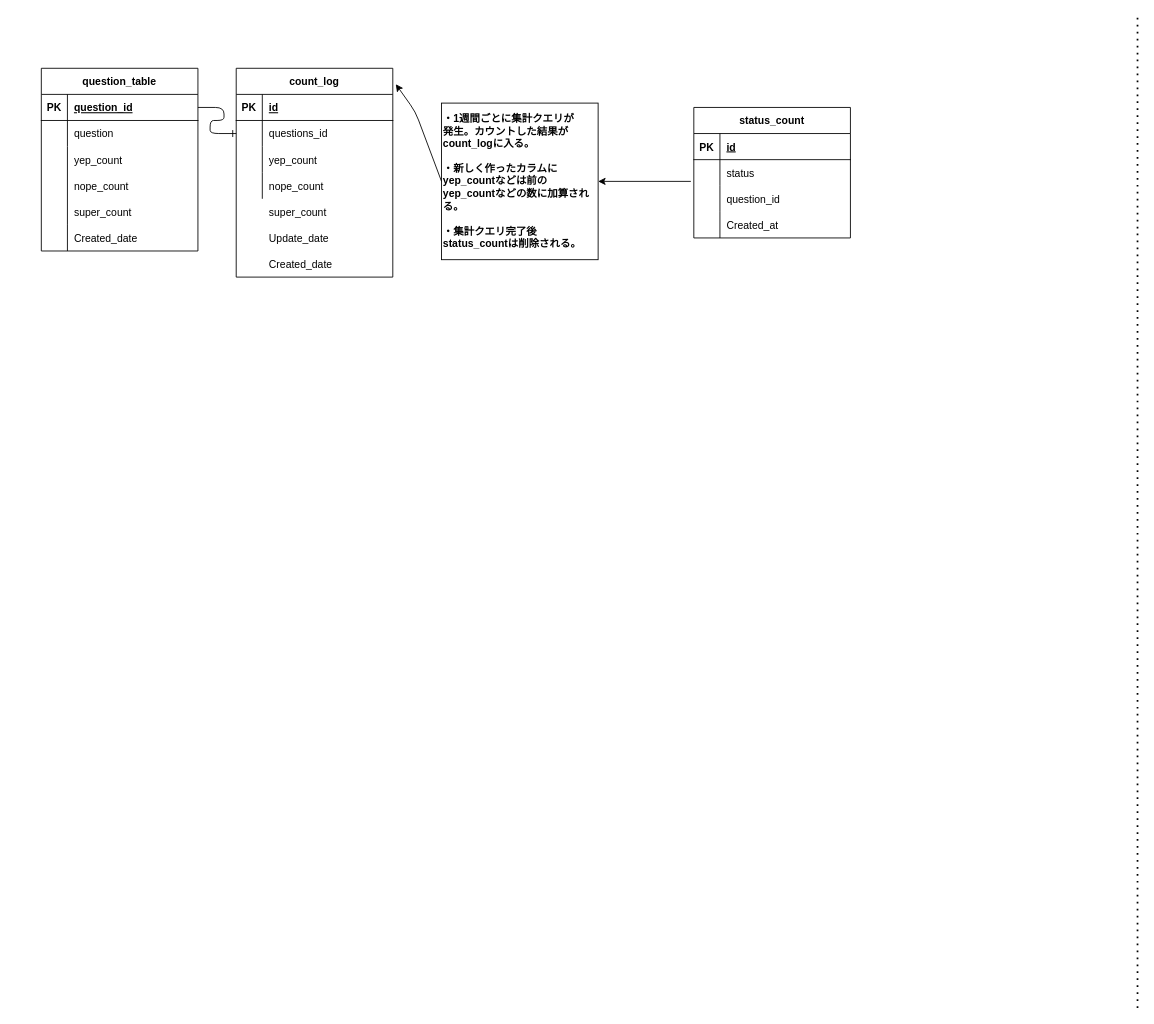
Before: page "プロとDB" (1 of 5) of Untitled Diagram.drawio in ryo-n-cell/aruaruSet, a draw.io diagram. Source tidied: cells renumbered, new cells numbered last; positions are measured from the earlier drawing's top-left corner, leaving out a move shared by most shapes. Both pictures are drawn from the tidied source at 87%, with x=0, y=0 at pixel (41, 16).
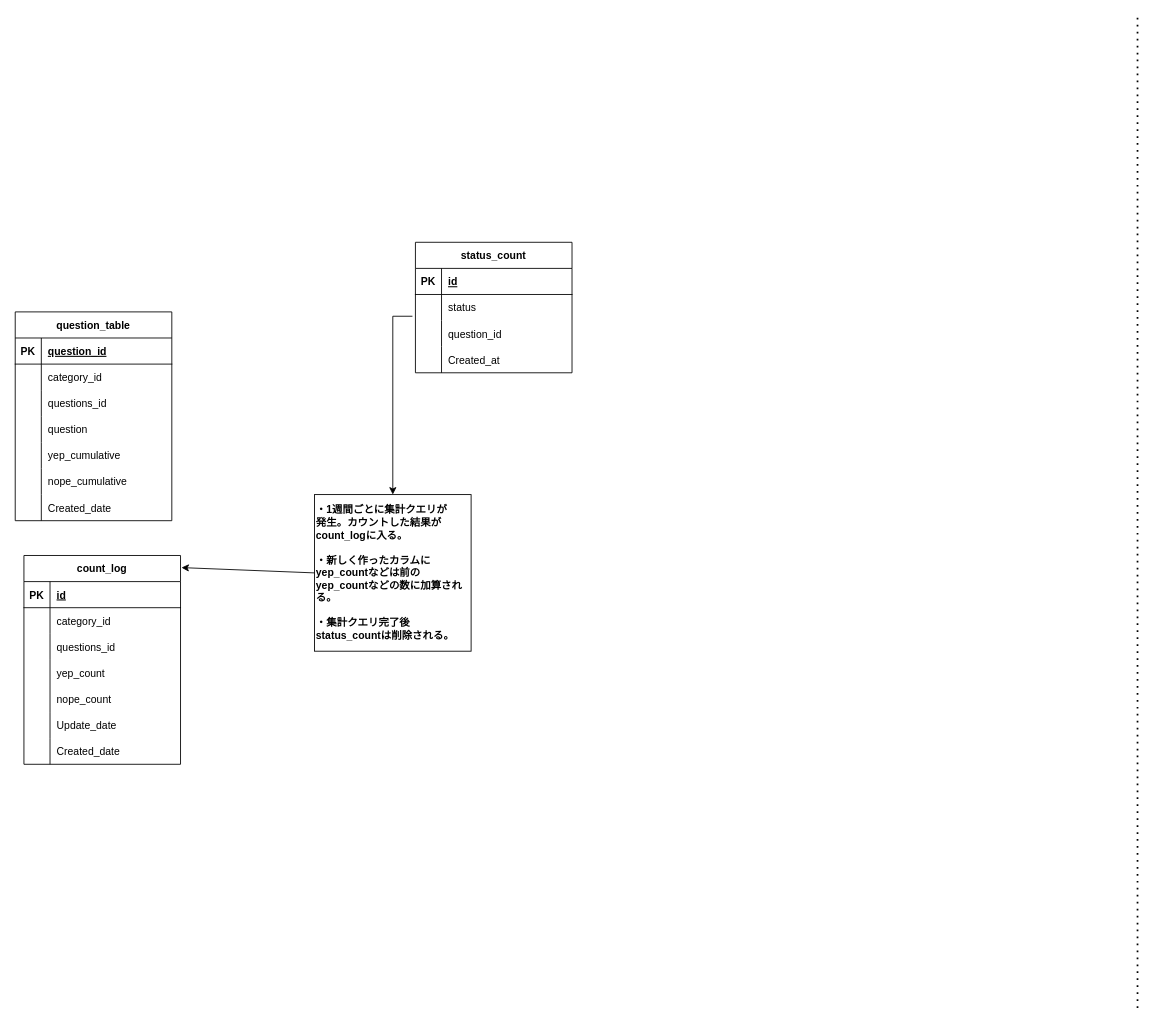
After the change.

Change to the diagram source:
```diff
@@
-    <mxCell id="2" value="question_table" style="shape=table;startSize=30;childLayout=tableLayout;rowLines=0;fontStyle=1;align=center;" parent="1" vertex="1">
-      <mxGeometry y="60" width="180" height="210" as="geometry" />
-    </mxCell>
-    <mxCell id="3" style="shape=partialRectangle;fillColor=none;top=0;left=0;bottom=1;right=0;points=[[0,0.5],[1,0.5]];portConstraint=eastwest;" parent="2" vertex="1">
-      <mxGeometry y="30" width="180" height="30" as="geometry" />
-    </mxCell>
-    <mxCell id="4" value="PK" style="shape=partialRectangle;fillColor=none;top=0;left=0;bottom=0;right=0;fontStyle=1;overflow=hidden;" parent="3" vertex="1">
-      <mxGeometry width="30" height="30" as="geometry" />
-    </mxCell>
-    <mxCell id="5" value="question_id" style="shape=partialRectangle;fillColor=none;top=0;left=0;bottom=0;right=0;align=left;spacingLeft=6;fontStyle=5;overflow=hidden;" parent="3" vertex="1">
-      <mxGeometry x="30" width="150" height="30" as="geometry" />
-    </mxCell>
-    <mxCell id="6" style="shape=partialRectangle;fillColor=none;top=0;left=0;bottom=0;right=0;" parent="2" vertex="1">
-      <mxGeometry y="60" width="180" height="30" as="geometry" />
-    </mxCell>
-    <mxCell id="7" style="shape=partialRectangle;fillColor=none;top=0;left=0;bottom=0;right=0;overflow=hidden;" parent="6" vertex="1">
-      <mxGeometry width="30" height="30" as="geometry" />
-    </mxCell>
-    <mxCell id="8" value="question" style="shape=partialRectangle;fillColor=none;top=0;left=0;bottom=0;right=0;align=left;spacingLeft=6;overflow=hidden;" parent="6" vertex="1">
-      <mxGeometry x="30" width="150" height="30" as="geometry" />
-    </mxCell>
-    <mxCell id="9" style="shape=partialRectangle;fillColor=none;top=0;left=0;bottom=0;right=0;" parent="2" vertex="1">
-      <mxGeometry y="90" width="180" height="90" as="geometry" />
-    </mxCell>
-    <mxCell id="10" style="shape=partialRectangle;fillColor=none;top=0;left=0;bottom=0;right=0;overflow=hidden;" parent="9" vertex="1">
-      <mxGeometry width="30" height="90" as="geometry" />
-    </mxCell>
-    <mxCell id="11" style="shape=partialRectangle;fillColor=none;top=0;left=0;bottom=0;right=0;align=left;spacingLeft=6;overflow=hidden;" parent="9" vertex="1">
-      <mxGeometry x="30" width="150" height="90" as="geometry" />
-    </mxCell>
-    <mxCell id="12" style="shape=partialRectangle;fillColor=none;top=0;left=0;bottom=0;right=0;" parent="2" vertex="1">
-      <mxGeometry y="180" width="180" height="30" as="geometry" />
-    </mxCell>
-    <mxCell id="13" style="shape=partialRectangle;fillColor=none;top=0;left=0;bottom=0;right=0;overflow=hidden;" parent="12" vertex="1">
-      <mxGeometry width="30" height="30" as="geometry" />
-    </mxCell>
-    <mxCell id="14" value="Created_date" style="shape=partialRectangle;fillColor=none;top=0;left=0;bottom=0;right=0;align=left;spacingLeft=6;overflow=hidden;" parent="12" vertex="1">
-      <mxGeometry x="30" width="150" height="30" as="geometry" />
-    </mxCell>
-    <mxCell id="15" value="count_log" style="shape=table;startSize=30;childLayout=tableLayout;rowLines=0;fontStyle=1;align=center;" parent="1" vertex="1">
-      <mxGeometry x="224" y="60" width="180" height="240" as="geometry" />
-    </mxCell>
-    <mxCell id="16" style="shape=partialRectangle;fillColor=none;top=0;left=0;bottom=1;right=0;" parent="15" vertex="1">
-      <mxGeometry y="30" width="180" height="30" as="geometry" />
-    </mxCell>
-    <mxCell id="17" value="PK" style="shape=partialRectangle;fillColor=none;top=0;left=0;bottom=0;right=0;fontStyle=1;overflow=hidden;" parent="16" vertex="1">
-      <mxGeometry width="30" height="30" as="geometry" />
-    </mxCell>
-    <mxCell id="18" value="id" style="shape=partialRectangle;fillColor=none;top=0;left=0;bottom=0;right=0;align=left;spacingLeft=6;fontStyle=5;overflow=hidden;" parent="16" vertex="1">
-      <mxGeometry x="30" width="150" height="30" as="geometry" />
-    </mxCell>
-    <mxCell id="19" style="shape=partialRectangle;fillColor=none;top=0;left=0;bottom=0;right=0;points=[[0,0.5],[1,0.5]];portConstraint=eastwest;" parent="15" vertex="1">
-      <mxGeometry y="60" width="180" height="30" as="geometry" />
-    </mxCell>
-    <mxCell id="20" style="shape=partialRectangle;fillColor=none;top=0;left=0;bottom=0;right=0;overflow=hidden;" parent="19" vertex="1">
-      <mxGeometry width="30" height="30" as="geometry" />
-    </mxCell>
-    <mxCell id="21" value="questions_id" style="shape=partialRectangle;fillColor=none;top=0;left=0;bottom=0;right=0;align=left;spacingLeft=6;overflow=hidden;" parent="19" vertex="1">
-      <mxGeometry x="30" width="150" height="30" as="geometry" />
-    </mxCell>
-    <mxCell id="22" style="shape=partialRectangle;fillColor=none;top=0;left=0;bottom=0;right=0;" parent="15" vertex="1">
-      <mxGeometry y="90" width="180" height="30" as="geometry" />
-    </mxCell>
-    <mxCell id="23" style="shape=partialRectangle;fillColor=none;top=0;left=0;bottom=0;right=0;overflow=hidden;" parent="22" vertex="1">
-      <mxGeometry width="30" height="30" as="geometry" />
-    </mxCell>
-    <mxCell id="24" value="yep_count" style="shape=partialRectangle;fillColor=none;top=0;left=0;bottom=0;right=0;align=left;spacingLeft=6;overflow=hidden;" parent="22" vertex="1">
-      <mxGeometry x="30" width="150" height="30" as="geometry" />
-    </mxCell>
-    <mxCell id="25" style="shape=partialRectangle;fillColor=none;top=0;left=0;bottom=0;right=0;" parent="15" vertex="1">
-      <mxGeometry y="120" width="180" height="30" as="geometry" />
-    </mxCell>
-    <mxCell id="26" style="shape=partialRectangle;fillColor=none;top=0;left=0;bottom=0;right=0;overflow=hidden;" parent="25" vertex="1">
-      <mxGeometry width="30" height="30" as="geometry" />
-    </mxCell>
-    <mxCell id="27" value="nope_count" style="shape=partialRectangle;fillColor=none;top=0;left=0;bottom=0;right=0;align=left;spacingLeft=6;overflow=hidden;" parent="25" vertex="1">
-      <mxGeometry x="30" width="150" height="30" as="geometry" />
-    </mxCell>
     <mxCell id="28" value="status_count" style="shape=table;startSize=30;childLayout=tableLayout;rowLines=0;fontStyle=1;align=center;" parent="1" vertex="1">
-      <mxGeometry x="750" y="105" width="180" height="150" as="geometry" />
+      <mxGeometry x="430" y="260" width="180" height="150" as="geometry" />
     </mxCell>
@@
-    <mxCell id="41" value="super_count" style="shape=partialRectangle;fillColor=none;top=0;left=0;bottom=0;right=0;align=left;spacingLeft=6;overflow=hidden;" parent="1" vertex="1">
-      <mxGeometry x="254" y="210" width="150" height="30" as="geometry" />
-    </mxCell>
-    <mxCell id="42" value="Update_date" style="shape=partialRectangle;fillColor=none;top=0;left=0;bottom=0;right=0;align=left;spacingLeft=6;overflow=hidden;" parent="1" vertex="1">
-      <mxGeometry x="254" y="240" width="150" height="30" as="geometry" />
-    </mxCell>
-    <mxCell id="43" value="Created_date" style="shape=partialRectangle;fillColor=none;top=0;left=0;bottom=0;right=0;align=left;spacingLeft=6;overflow=hidden;" parent="1" vertex="1">
-      <mxGeometry x="254" y="270" width="150" height="30" as="geometry" />
-    </mxCell>
     <mxCell id="44" value="・1週間ごとに集計クエリが&lt;br&gt;発生。カウントした結果が&lt;br&gt;count_logに入る。&lt;br&gt;&lt;br&gt;・新しく作ったカラムに&lt;br&gt;yep_countなどは前の&lt;br&gt;yep_countなどの数に加算される。&lt;br&gt;&lt;br&gt;・集計クエリ完了後&lt;br&gt;status_countは削除される。" style="whiteSpace=wrap;html=1;fontStyle=1;startSize=30;align=left;" parent="1" vertex="1">
-      <mxGeometry x="460" y="100" width="180" height="180" as="geometry" />
+      <mxGeometry x="314" y="550" width="180" height="180" as="geometry" />
     </mxCell>
-    <mxCell id="45" value="yep_count" style="shape=partialRectangle;fillColor=none;top=0;left=0;bottom=0;right=0;align=left;spacingLeft=6;overflow=hidden;" parent="1" vertex="1">
-      <mxGeometry x="30" y="150" width="150" height="30" as="geometry" />
-    </mxCell>
-    <mxCell id="46" value="nope_count" style="shape=partialRectangle;fillColor=none;top=0;left=0;bottom=0;right=0;align=left;spacingLeft=6;overflow=hidden;" parent="1" vertex="1">
-      <mxGeometry x="30" y="180" width="150" height="30" as="geometry" />
-    </mxCell>
-    <mxCell id="47" value="super_count" style="shape=partialRectangle;fillColor=none;top=0;left=0;bottom=0;right=0;align=left;spacingLeft=6;overflow=hidden;" parent="1" vertex="1">
-      <mxGeometry x="30" y="210" width="150" height="30" as="geometry" />
-    </mxCell>
-    <mxCell id="48" style="endArrow=classic;html=1;exitX=0;exitY=0.5;exitDx=0;exitDy=0;entryX=1.019;entryY=0.076;entryDx=0;entryDy=0;entryPerimeter=0;" parent="1" edge="1" source="44" target="15">
-      <mxGeometry relative="1" as="geometry">
-        <Array as="points">
-          <mxPoint x="430" y="110" />
-        </Array>
-      </mxGeometry>
+    <mxCell id="48" style="endArrow=classic;html=1;exitX=0;exitY=0.5;exitDx=0;exitDy=0;entryX=1.006;entryY=0.058;entryDx=0;entryDy=0;entryPerimeter=0;" parent="1" edge="1" source="44" target="15">
+      <mxGeometry relative="1" as="geometry" />
     </mxCell>
@@
-    <mxCell id="50" style="edgeStyle=entityRelationEdgeStyle;fontSize=12;html=1;endArrow=ERone;endFill=1;exitX=1;exitY=0.5;exitDx=0;exitDy=0;entryX=0;entryY=0.5;entryDx=0;entryDy=0;" parent="1" edge="1" source="3" target="19">
-      <mxGeometry relative="1" as="geometry" />
-    </mxCell>
@@
+    <mxCell id="2" value="question_table" style="shape=table;startSize=30;childLayout=tableLayout;rowLines=0;fontStyle=1;align=center;" parent="1" vertex="1">
+      <mxGeometry x="-30" y="340" width="180" height="240" as="geometry" />
+    </mxCell>
+    <mxCell id="52" style="shape=partialRectangle;fillColor=none;top=0;left=0;bottom=1;right=0;" parent="2" vertex="1">
+      <mxGeometry y="30" width="180" height="30" as="geometry" />
+    </mxCell>
+    <mxCell id="53" value="PK" style="shape=partialRectangle;fillColor=none;top=0;left=0;bottom=0;right=0;fontStyle=1;overflow=hidden;" parent="52" vertex="1">
+      <mxGeometry width="30" height="30" as="geometry" />
+    </mxCell>
+    <mxCell id="5" value="question_id" style="shape=partialRectangle;fillColor=none;top=0;left=0;bottom=0;right=0;align=left;spacingLeft=6;fontStyle=5;overflow=hidden;" parent="52" vertex="1">
+      <mxGeometry x="30" width="150" height="30" as="geometry" />
+    </mxCell>
+    <mxCell id="54" style="shape=partialRectangle;fillColor=none;top=0;left=0;bottom=0;right=0;" parent="2" vertex="1">
+      <mxGeometry y="60" width="180" height="30" as="geometry" />
+    </mxCell>
+    <mxCell id="55" style="shape=partialRectangle;fillColor=none;top=0;left=0;bottom=0;right=0;overflow=hidden;" parent="54" vertex="1">
+      <mxGeometry width="30" height="30" as="geometry" />
+    </mxCell>
+    <mxCell id="56" value="category_id" style="shape=partialRectangle;fillColor=none;top=0;left=0;bottom=0;right=0;align=left;spacingLeft=6;overflow=hidden;" parent="54" vertex="1">
+      <mxGeometry x="30" width="150" height="30" as="geometry" />
+    </mxCell>
+    <mxCell id="57" style="shape=partialRectangle;fillColor=none;top=0;left=0;bottom=0;right=0;" parent="2" vertex="1">
+      <mxGeometry y="90" width="180" height="30" as="geometry" />
+    </mxCell>
+    <mxCell id="58" style="shape=partialRectangle;fillColor=none;top=0;left=0;bottom=0;right=0;overflow=hidden;" parent="57" vertex="1">
+      <mxGeometry width="30" height="30" as="geometry" />
+    </mxCell>
+    <mxCell id="59" value="questions_id" style="shape=partialRectangle;fillColor=none;top=0;left=0;bottom=0;right=0;align=left;spacingLeft=6;overflow=hidden;" parent="57" vertex="1">
+      <mxGeometry x="30" width="150" height="30" as="geometry" />
+    </mxCell>
+    <mxCell id="60" style="shape=partialRectangle;fillColor=none;top=0;left=0;bottom=0;right=0;" parent="2" vertex="1">
+      <mxGeometry y="120" width="180" height="30" as="geometry" />
+    </mxCell>
+    <mxCell id="61" style="shape=partialRectangle;fillColor=none;top=0;left=0;bottom=0;right=0;overflow=hidden;" parent="60" vertex="1">
+      <mxGeometry width="30" height="30" as="geometry" />
+    </mxCell>
+    <mxCell id="8" value="question" style="shape=partialRectangle;fillColor=none;top=0;left=0;bottom=0;right=0;align=left;spacingLeft=6;overflow=hidden;" parent="60" vertex="1">
+      <mxGeometry x="30" width="150" height="30" as="geometry" />
+    </mxCell>
+    <mxCell id="62" style="shape=partialRectangle;fillColor=none;top=0;left=0;bottom=0;right=0;" parent="2" vertex="1">
+      <mxGeometry y="150" width="180" height="30" as="geometry" />
+    </mxCell>
+    <mxCell id="63" style="shape=partialRectangle;fillColor=none;top=0;left=0;bottom=0;right=0;overflow=hidden;" parent="62" vertex="1">
+      <mxGeometry width="30" height="30" as="geometry" />
+    </mxCell>
+    <mxCell id="64" value="yep_cumulative" style="shape=partialRectangle;fillColor=none;top=0;left=0;bottom=0;right=0;align=left;spacingLeft=6;overflow=hidden;" parent="62" vertex="1">
+      <mxGeometry x="30" width="150" height="30" as="geometry" />
+    </mxCell>
+    <mxCell id="65" style="shape=partialRectangle;fillColor=none;top=0;left=0;bottom=0;right=0;" parent="2" vertex="1">
+      <mxGeometry y="180" width="180" height="30" as="geometry" />
+    </mxCell>
+    <mxCell id="66" style="shape=partialRectangle;fillColor=none;top=0;left=0;bottom=0;right=0;overflow=hidden;" parent="65" vertex="1">
+      <mxGeometry width="30" height="30" as="geometry" />
+    </mxCell>
+    <mxCell id="67" value="nope_cumulative" style="shape=partialRectangle;fillColor=none;top=0;left=0;bottom=0;right=0;align=left;spacingLeft=6;overflow=hidden;" parent="65" vertex="1">
+      <mxGeometry x="30" width="150" height="30" as="geometry" />
+    </mxCell>
+    <mxCell id="68" style="shape=partialRectangle;fillColor=none;top=0;left=0;bottom=0;right=0;" parent="2" vertex="1">
+      <mxGeometry y="210" width="180" height="30" as="geometry" />
+    </mxCell>
+    <mxCell id="69" style="shape=partialRectangle;fillColor=none;top=0;left=0;bottom=0;right=0;overflow=hidden;" parent="68" vertex="1">
+      <mxGeometry width="30" height="30" as="geometry" />
+    </mxCell>
+    <mxCell id="70" value="Created_date" style="shape=partialRectangle;fillColor=none;top=0;left=0;bottom=0;right=0;align=left;spacingLeft=6;overflow=hidden;" parent="68" vertex="1">
+      <mxGeometry x="30" width="150" height="30" as="geometry" />
+    </mxCell>
+    <mxCell id="15" value="count_log" style="shape=table;startSize=30;childLayout=tableLayout;rowLines=0;fontStyle=1;align=center;verticalAlign=middle;" parent="1" vertex="1">
+      <mxGeometry x="-20" y="620" width="180" height="240" as="geometry" />
+    </mxCell>
+    <mxCell id="71" style="shape=partialRectangle;fillColor=none;top=0;left=0;bottom=1;right=0;" parent="15" vertex="1">
+      <mxGeometry y="30" width="180" height="30" as="geometry" />
+    </mxCell>
+    <mxCell id="72" value="PK" style="shape=partialRectangle;fillColor=none;top=0;left=0;bottom=0;right=0;fontStyle=1;overflow=hidden;" parent="71" vertex="1">
+      <mxGeometry width="30" height="30" as="geometry" />
+    </mxCell>
+    <mxCell id="18" value="id" style="shape=partialRectangle;fillColor=none;top=0;left=0;bottom=0;right=0;align=left;spacingLeft=6;fontStyle=5;overflow=hidden;" parent="71" vertex="1">
+      <mxGeometry x="30" width="150" height="30" as="geometry" />
+    </mxCell>
+    <mxCell id="73" style="shape=partialRectangle;fillColor=none;top=0;left=0;bottom=0;right=0;" parent="15" vertex="1">
+      <mxGeometry y="60" width="180" height="30" as="geometry" />
+    </mxCell>
+    <mxCell id="74" style="shape=partialRectangle;fillColor=none;top=0;left=0;bottom=0;right=0;overflow=hidden;" parent="73" vertex="1">
+      <mxGeometry width="30" height="30" as="geometry" />
+    </mxCell>
+    <mxCell id="75" value="category_id" style="shape=partialRectangle;fillColor=none;top=0;left=0;bottom=0;right=0;align=left;spacingLeft=6;overflow=hidden;" parent="73" vertex="1">
+      <mxGeometry x="30" width="150" height="30" as="geometry" />
+    </mxCell>
+    <mxCell id="76" style="shape=partialRectangle;fillColor=none;top=0;left=0;bottom=0;right=0;" parent="15" vertex="1">
+      <mxGeometry y="90" width="180" height="30" as="geometry" />
+    </mxCell>
+    <mxCell id="77" style="shape=partialRectangle;fillColor=none;top=0;left=0;bottom=0;right=0;overflow=hidden;" parent="76" vertex="1">
+      <mxGeometry width="30" height="30" as="geometry" />
+    </mxCell>
+    <mxCell id="78" value="questions_id" style="shape=partialRectangle;fillColor=none;top=0;left=0;bottom=0;right=0;align=left;spacingLeft=6;overflow=hidden;" parent="76" vertex="1">
+      <mxGeometry x="30" width="150" height="30" as="geometry" />
+    </mxCell>
+    <mxCell id="79" style="shape=partialRectangle;fillColor=none;top=0;left=0;bottom=0;right=0;" parent="15" vertex="1">
+      <mxGeometry y="120" width="180" height="30" as="geometry" />
+    </mxCell>
+    <mxCell id="80" style="shape=partialRectangle;fillColor=none;top=0;left=0;bottom=0;right=0;overflow=hidden;" parent="79" vertex="1">
+      <mxGeometry width="30" height="30" as="geometry" />
+    </mxCell>
+    <mxCell id="24" value="yep_count" style="shape=partialRectangle;fillColor=none;top=0;left=0;bottom=0;right=0;align=left;spacingLeft=6;overflow=hidden;" parent="79" vertex="1">
+      <mxGeometry x="30" width="150" height="30" as="geometry" />
+    </mxCell>
+    <mxCell id="81" style="shape=partialRectangle;fillColor=none;top=0;left=0;bottom=0;right=0;" parent="15" vertex="1">
+      <mxGeometry y="150" width="180" height="30" as="geometry" />
+    </mxCell>
+    <mxCell id="82" style="shape=partialRectangle;fillColor=none;top=0;left=0;bottom=0;right=0;overflow=hidden;" parent="81" vertex="1">
+      <mxGeometry width="30" height="30" as="geometry" />
+    </mxCell>
+    <mxCell id="27" value="nope_count" style="shape=partialRectangle;fillColor=none;top=0;left=0;bottom=0;right=0;align=left;spacingLeft=6;overflow=hidden;" parent="81" vertex="1">
+      <mxGeometry x="30" width="150" height="30" as="geometry" />
+    </mxCell>
+    <mxCell id="83" style="shape=partialRectangle;fillColor=none;top=0;left=0;bottom=0;right=0;" parent="15" vertex="1">
+      <mxGeometry y="180" width="180" height="30" as="geometry" />
+    </mxCell>
+    <mxCell id="84" style="shape=partialRectangle;fillColor=none;top=0;left=0;bottom=0;right=0;overflow=hidden;" parent="83" vertex="1">
+      <mxGeometry width="30" height="30" as="geometry" />
+    </mxCell>
+    <mxCell id="42" value="Update_date" style="shape=partialRectangle;fillColor=none;top=0;left=0;bottom=0;right=0;align=left;spacingLeft=6;overflow=hidden;" parent="83" vertex="1">
+      <mxGeometry x="30" width="150" height="30" as="geometry" />
+    </mxCell>
+    <mxCell id="85" style="shape=partialRectangle;fillColor=none;top=0;left=0;bottom=0;right=0;" parent="15" vertex="1">
+      <mxGeometry y="210" width="180" height="30" as="geometry" />
+    </mxCell>
+    <mxCell id="86" style="shape=partialRectangle;fillColor=none;top=0;left=0;bottom=0;right=0;overflow=hidden;" parent="85" vertex="1">
+      <mxGeometry width="30" height="30" as="geometry" />
+    </mxCell>
+    <mxCell id="87" value="Created_date" style="shape=partialRectangle;fillColor=none;top=0;left=0;bottom=0;right=0;align=left;spacingLeft=6;overflow=hidden;" parent="85" vertex="1">
+      <mxGeometry x="30" width="150" height="30" as="geometry" />
+    </mxCell>
```
